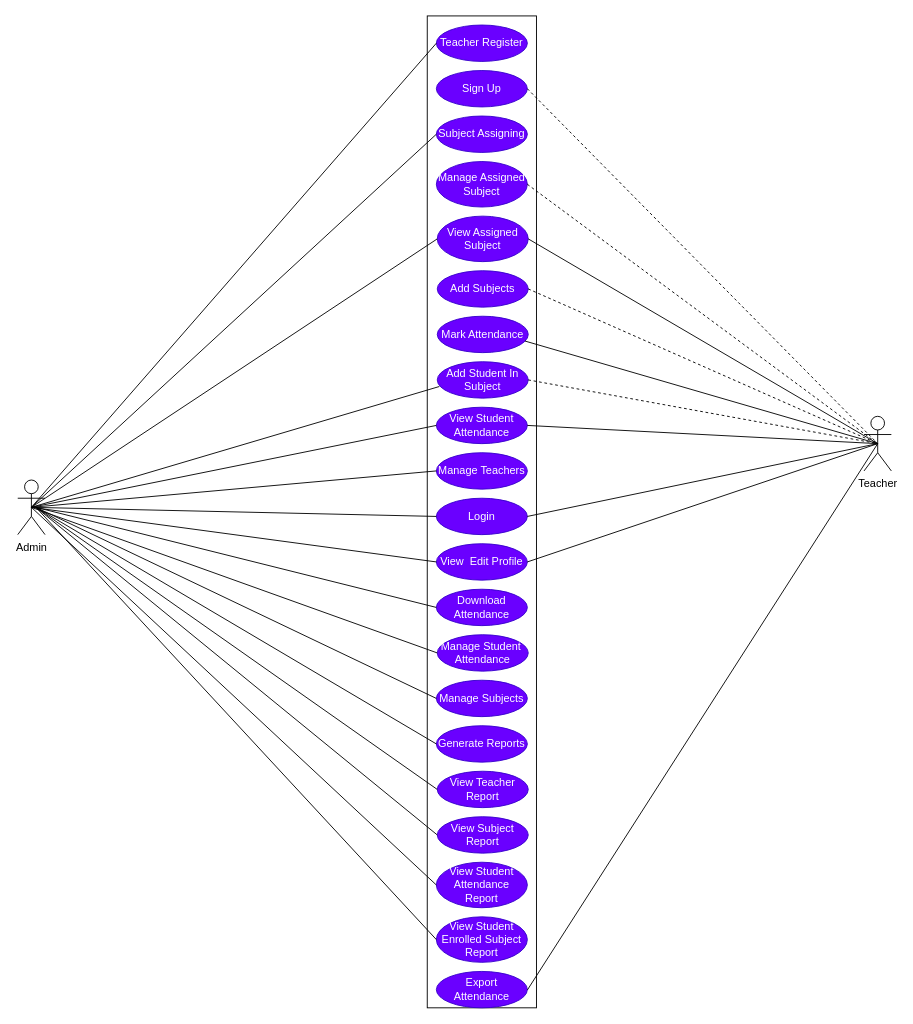
The draw.io diagram final_systen_case.drawio in Muradali-786/fyp-thesis, before the edit. Source tidied: cells renumbered, new cells numbered last; positions are measured from the earlier drawing's top-left corner, leaving out a move shared by most shapes. Both pictures are drawn from the tidied source at 91%, with x=0, y=0 at pixel (17, 15).
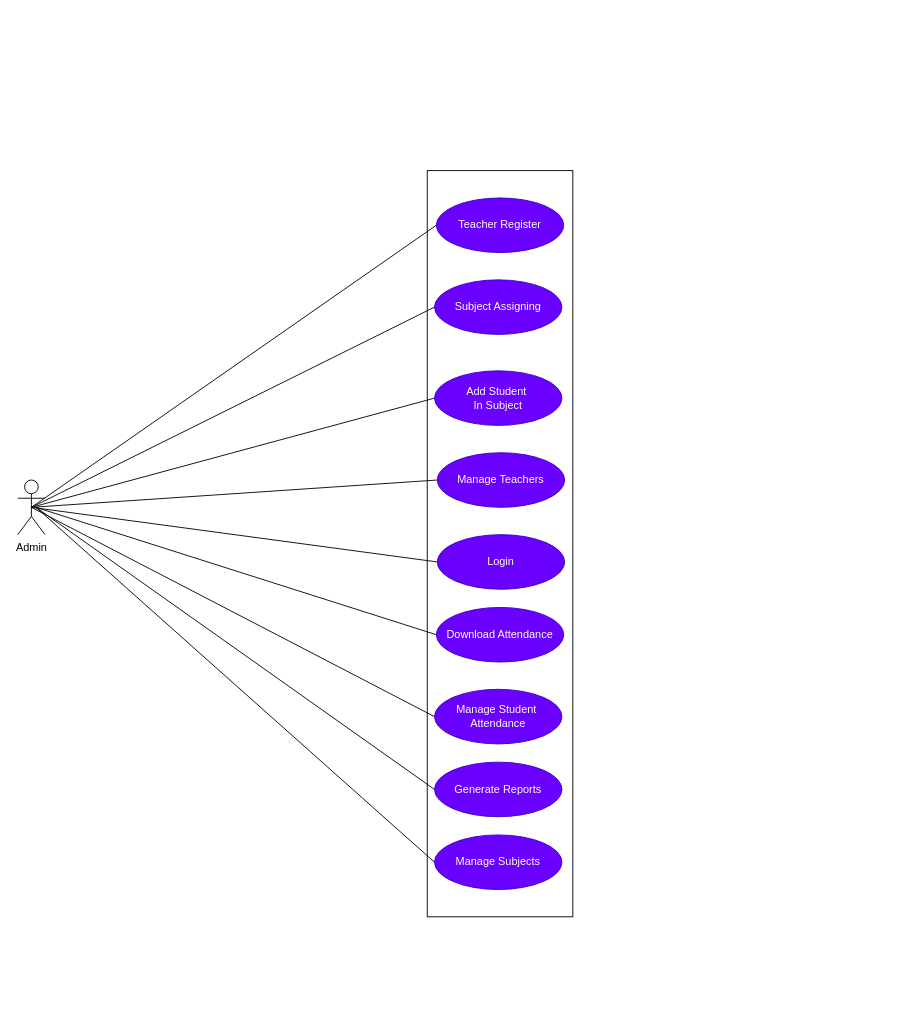
The same diagram, later.

Commit message (it also covers changes not shown here):
refactor erd and dia

Unchanged cells that the change refers to:
```xml
<mxCell id="17" value="Admin" style="shape=umlActor;verticalLabelPosition=bottom;verticalAlign=top;html=1;outlineConnect=0;" parent="1" vertex="1">
  <mxGeometry y="510" width="30" height="60" as="geometry" />
</mxCell>
```

What changed in the source:
```diff
@@
     <mxCell id="2" style="rounded=0;whiteSpace=wrap;html=1;" parent="1" vertex="1">
-      <mxGeometry x="450" width="120" height="1090" as="geometry" />
+      <mxGeometry x="450" y="170" width="160" height="820" as="geometry" />
     </mxCell>
     <mxCell id="3" value="Teacher Register" style="ellipse;whiteSpace=wrap;html=1;align=center;newEdgeStyle={&quot;edgeStyle&quot;:&quot;entityRelationEdgeStyle&quot;,&quot;startArrow&quot;:&quot;none&quot;,&quot;endArrow&quot;:&quot;none&quot;,&quot;segment&quot;:10,&quot;curved&quot;:1,&quot;sourcePerimeterSpacing&quot;:0,&quot;targetPerimeterSpacing&quot;:0};fillColor=#6a00ff;fontColor=#ffffff;strokeColor=#3700CC;" parent="1" vertex="1">
-      <mxGeometry x="460" y="10" width="100" height="40" as="geometry" />
+      <mxGeometry x="460" y="200" width="140" height="60" as="geometry" />
     </mxCell>
-    <mxCell id="4" value="Subject Assigning" style="ellipse;whiteSpace=wrap;html=1;align=center;newEdgeStyle={&quot;edgeStyle&quot;:&quot;entityRelationEdgeStyle&quot;,&quot;startArrow&quot;:&quot;none&quot;,&quot;endArrow&quot;:&quot;none&quot;,&quot;segment&quot;:10,&quot;curved&quot;:1,&quot;sourcePerimeterSpacing&quot;:0,&quot;targetPerimeterSpacing&quot;:0};fillColor=#6a00ff;fontColor=#ffffff;strokeColor=#3700CC;" parent="1" vertex="1">
-      <mxGeometry x="460" y="110" width="100" height="40" as="geometry" />
-    </mxCell>
-    <mxCell id="5" value="Add Student In Subject" style="ellipse;whiteSpace=wrap;html=1;align=center;newEdgeStyle={&quot;edgeStyle&quot;:&quot;entityRelationEdgeStyle&quot;,&quot;startArrow&quot;:&quot;none&quot;,&quot;endArrow&quot;:&quot;none&quot;,&quot;segment&quot;:10,&quot;curved&quot;:1,&quot;sourcePerimeterSpacing&quot;:0,&quot;targetPerimeterSpacing&quot;:0};fillColor=#6a00ff;fontColor=#ffffff;strokeColor=#3700CC;" parent="1" vertex="1">
-      <mxGeometry x="461" y="380" width="100" height="40" as="geometry" />
-    </mxCell>
-    <mxCell id="6" value="View Student Attendance" style="ellipse;whiteSpace=wrap;html=1;align=center;newEdgeStyle={&quot;edgeStyle&quot;:&quot;entityRelationEdgeStyle&quot;,&quot;startArrow&quot;:&quot;none&quot;,&quot;endArrow&quot;:&quot;none&quot;,&quot;segment&quot;:10,&quot;curved&quot;:1,&quot;sourcePerimeterSpacing&quot;:0,&quot;targetPerimeterSpacing&quot;:0};fillColor=#6a00ff;fontColor=#ffffff;strokeColor=#3700CC;" parent="1" vertex="1">
-      <mxGeometry x="460" y="430" width="100" height="40" as="geometry" />
-    </mxCell>
-    <mxCell id="7" value="Manage Teachers" style="ellipse;whiteSpace=wrap;html=1;align=center;newEdgeStyle={&quot;edgeStyle&quot;:&quot;entityRelationEdgeStyle&quot;,&quot;startArrow&quot;:&quot;none&quot;,&quot;endArrow&quot;:&quot;none&quot;,&quot;segment&quot;:10,&quot;curved&quot;:1,&quot;sourcePerimeterSpacing&quot;:0,&quot;targetPerimeterSpacing&quot;:0};fillColor=#6a00ff;fontColor=#ffffff;strokeColor=#3700CC;" parent="1" vertex="1">
-      <mxGeometry x="460" y="480" width="100" height="40" as="geometry" />
-    </mxCell>
-    <mxCell id="8" value="Login" style="ellipse;whiteSpace=wrap;html=1;align=center;newEdgeStyle={&quot;edgeStyle&quot;:&quot;entityRelationEdgeStyle&quot;,&quot;startArrow&quot;:&quot;none&quot;,&quot;endArrow&quot;:&quot;none&quot;,&quot;segment&quot;:10,&quot;curved&quot;:1,&quot;sourcePerimeterSpacing&quot;:0,&quot;targetPerimeterSpacing&quot;:0};fillColor=#6a00ff;fontColor=#ffffff;strokeColor=#3700CC;" parent="1" vertex="1">
-      <mxGeometry x="460" y="530" width="100" height="40" as="geometry" />
-    </mxCell>
-    <mxCell id="9" value="View&amp;nbsp; Edit Profile" style="ellipse;whiteSpace=wrap;html=1;align=center;newEdgeStyle={&quot;edgeStyle&quot;:&quot;entityRelationEdgeStyle&quot;,&quot;startArrow&quot;:&quot;none&quot;,&quot;endArrow&quot;:&quot;none&quot;,&quot;segment&quot;:10,&quot;curved&quot;:1,&quot;sourcePerimeterSpacing&quot;:0,&quot;targetPerimeterSpacing&quot;:0};fillColor=#6a00ff;fontColor=#ffffff;strokeColor=#3700CC;" parent="1" vertex="1">
-      <mxGeometry x="460" y="580" width="100" height="40" as="geometry" />
-    </mxCell>
-    <mxCell id="10" value="Manage Student&amp;nbsp; Attendance" style="ellipse;whiteSpace=wrap;html=1;align=center;newEdgeStyle={&quot;edgeStyle&quot;:&quot;entityRelationEdgeStyle&quot;,&quot;startArrow&quot;:&quot;none&quot;,&quot;endArrow&quot;:&quot;none&quot;,&quot;segment&quot;:10,&quot;curved&quot;:1,&quot;sourcePerimeterSpacing&quot;:0,&quot;targetPerimeterSpacing&quot;:0};fillColor=#6a00ff;fontColor=#ffffff;strokeColor=#3700CC;" parent="1" vertex="1">
-      <mxGeometry x="461" y="680" width="100" height="40" as="geometry" />
-    </mxCell>
-    <mxCell id="11" value="Manage Subjects" style="ellipse;whiteSpace=wrap;html=1;align=center;newEdgeStyle={&quot;edgeStyle&quot;:&quot;entityRelationEdgeStyle&quot;,&quot;startArrow&quot;:&quot;none&quot;,&quot;endArrow&quot;:&quot;none&quot;,&quot;segment&quot;:10,&quot;curved&quot;:1,&quot;sourcePerimeterSpacing&quot;:0,&quot;targetPerimeterSpacing&quot;:0};fillColor=#6a00ff;fontColor=#ffffff;strokeColor=#3700CC;" parent="1" vertex="1">
-      <mxGeometry x="460" y="730" width="100" height="40" as="geometry" />
-    </mxCell>
-    <mxCell id="12" value="Generate Reports" style="ellipse;whiteSpace=wrap;html=1;align=center;newEdgeStyle={&quot;edgeStyle&quot;:&quot;entityRelationEdgeStyle&quot;,&quot;startArrow&quot;:&quot;none&quot;,&quot;endArrow&quot;:&quot;none&quot;,&quot;segment&quot;:10,&quot;curved&quot;:1,&quot;sourcePerimeterSpacing&quot;:0,&quot;targetPerimeterSpacing&quot;:0};fillColor=#6a00ff;fontColor=#ffffff;strokeColor=#3700CC;" parent="1" vertex="1">
-      <mxGeometry x="460" y="780" width="100" height="40" as="geometry" />
-    </mxCell>
-    <mxCell id="13" value="View Teacher Report" style="ellipse;whiteSpace=wrap;html=1;align=center;newEdgeStyle={&quot;edgeStyle&quot;:&quot;entityRelationEdgeStyle&quot;,&quot;startArrow&quot;:&quot;none&quot;,&quot;endArrow&quot;:&quot;none&quot;,&quot;segment&quot;:10,&quot;curved&quot;:1,&quot;sourcePerimeterSpacing&quot;:0,&quot;targetPerimeterSpacing&quot;:0};fillColor=#6a00ff;fontColor=#ffffff;strokeColor=#3700CC;" parent="1" vertex="1">
-      <mxGeometry x="461" y="830" width="100" height="40" as="geometry" />
-    </mxCell>
-    <mxCell id="14" value="View Subject Report" style="ellipse;whiteSpace=wrap;html=1;align=center;newEdgeStyle={&quot;edgeStyle&quot;:&quot;entityRelationEdgeStyle&quot;,&quot;startArrow&quot;:&quot;none&quot;,&quot;endArrow&quot;:&quot;none&quot;,&quot;segment&quot;:10,&quot;curved&quot;:1,&quot;sourcePerimeterSpacing&quot;:0,&quot;targetPerimeterSpacing&quot;:0};fillColor=#6a00ff;fontColor=#ffffff;strokeColor=#3700CC;" parent="1" vertex="1">
-      <mxGeometry x="461" y="880" width="100" height="40" as="geometry" />
-    </mxCell>
-    <mxCell id="15" value="View Student Attendance Report" style="ellipse;whiteSpace=wrap;html=1;align=center;newEdgeStyle={&quot;edgeStyle&quot;:&quot;entityRelationEdgeStyle&quot;,&quot;startArrow&quot;:&quot;none&quot;,&quot;endArrow&quot;:&quot;none&quot;,&quot;segment&quot;:10,&quot;curved&quot;:1,&quot;sourcePerimeterSpacing&quot;:0,&quot;targetPerimeterSpacing&quot;:0};fillColor=#6a00ff;fontColor=#ffffff;strokeColor=#3700CC;" parent="1" vertex="1">
-      <mxGeometry x="460" y="930" width="100" height="50" as="geometry" />
-    </mxCell>
-    <mxCell id="16" value="View Student Enrolled Subject Report" style="ellipse;whiteSpace=wrap;html=1;align=center;newEdgeStyle={&quot;edgeStyle&quot;:&quot;entityRelationEdgeStyle&quot;,&quot;startArrow&quot;:&quot;none&quot;,&quot;endArrow&quot;:&quot;none&quot;,&quot;segment&quot;:10,&quot;curved&quot;:1,&quot;sourcePerimeterSpacing&quot;:0,&quot;targetPerimeterSpacing&quot;:0};fillColor=#6a00ff;fontColor=#ffffff;strokeColor=#3700CC;" parent="1" vertex="1">
-      <mxGeometry x="460" y="990" width="100" height="50" as="geometry" />
-    </mxCell>
@@
-    <mxCell id="20" style="endArrow=none;html=1;rounded=0;entryX=0.023;entryY=0.681;entryDx=0;entryDy=0;entryPerimeter=0;" parent="1" edge="1" target="5">
+    <mxCell id="20" style="endArrow=none;html=1;rounded=0;entryX=0;entryY=0.5;entryDx=0;entryDy=0;" parent="1" edge="1" target="5">
       <mxGeometry relative="1" as="geometry">
         <mxPoint x="15" y="540" as="sourcePoint" />
       </mxGeometry>
     </mxCell>
-    <mxCell id="21" style="endArrow=none;html=1;rounded=0;entryX=0;entryY=0.5;entryDx=0;entryDy=0;exitX=0.5;exitY=0.5;exitDx=0;exitDy=0;exitPerimeter=0;" parent="1" edge="1" source="17" target="6">
-      <mxGeometry relative="1" as="geometry" />
-    </mxCell>
@@
-    <mxCell id="23" value="Download Attendance" style="ellipse;whiteSpace=wrap;html=1;align=center;newEdgeStyle={&quot;edgeStyle&quot;:&quot;entityRelationEdgeStyle&quot;,&quot;startArrow&quot;:&quot;none&quot;,&quot;endArrow&quot;:&quot;none&quot;,&quot;segment&quot;:10,&quot;curved&quot;:1,&quot;sourcePerimeterSpacing&quot;:0,&quot;targetPerimeterSpacing&quot;:0};fillColor=#6a00ff;fontColor=#ffffff;strokeColor=#3700CC;" parent="1" vertex="1">
-      <mxGeometry x="460" y="630" width="100" height="40" as="geometry" />
-    </mxCell>
@@
-    <mxCell id="25" style="endArrow=none;html=1;rounded=0;entryX=0;entryY=0.5;entryDx=0;entryDy=0;exitX=0.5;exitY=0.5;exitDx=0;exitDy=0;exitPerimeter=0;" parent="1" edge="1" source="17" target="9">
-      <mxGeometry relative="1" as="geometry" />
-    </mxCell>
@@
-    <mxCell id="29" style="endArrow=none;html=1;rounded=0;entryX=0;entryY=0.5;entryDx=0;entryDy=0;" parent="1" edge="1" target="13">
-      <mxGeometry relative="1" as="geometry">
-        <mxPoint x="20" y="540" as="sourcePoint" />
-      </mxGeometry>
-    </mxCell>
-    <mxCell id="30" style="endArrow=none;html=1;rounded=0;entryX=0;entryY=0.5;entryDx=0;entryDy=0;" parent="1" edge="1" target="14">
-      <mxGeometry relative="1" as="geometry">
-        <mxPoint x="20" y="540" as="sourcePoint" />
-      </mxGeometry>
-    </mxCell>
-    <mxCell id="31" style="endArrow=none;html=1;rounded=0;entryX=0;entryY=0.5;entryDx=0;entryDy=0;exitX=0.5;exitY=0.5;exitDx=0;exitDy=0;exitPerimeter=0;" parent="1" edge="1" source="17" target="15">
-      <mxGeometry relative="1" as="geometry" />
-    </mxCell>
-    <mxCell id="32" style="endArrow=none;html=1;rounded=0;entryX=0;entryY=0.5;entryDx=0;entryDy=0;" parent="1" edge="1" target="16">
-      <mxGeometry relative="1" as="geometry">
-        <mxPoint x="20" y="540" as="sourcePoint" />
-      </mxGeometry>
-    </mxCell>
@@
-    <mxCell id="34" value="Sign Up" style="ellipse;whiteSpace=wrap;html=1;align=center;newEdgeStyle={&quot;edgeStyle&quot;:&quot;entityRelationEdgeStyle&quot;,&quot;startArrow&quot;:&quot;none&quot;,&quot;endArrow&quot;:&quot;none&quot;,&quot;segment&quot;:10,&quot;curved&quot;:1,&quot;sourcePerimeterSpacing&quot;:0,&quot;targetPerimeterSpacing&quot;:0};fillColor=#6a00ff;fontColor=#ffffff;strokeColor=#3700CC;" parent="1" vertex="1">
-      <mxGeometry x="460" y="60" width="100" height="40" as="geometry" />
-    </mxCell>
-    <mxCell id="35" value="Add Subjects" style="ellipse;whiteSpace=wrap;html=1;align=center;newEdgeStyle={&quot;edgeStyle&quot;:&quot;entityRelationEdgeStyle&quot;,&quot;startArrow&quot;:&quot;none&quot;,&quot;endArrow&quot;:&quot;none&quot;,&quot;segment&quot;:10,&quot;curved&quot;:1,&quot;sourcePerimeterSpacing&quot;:0,&quot;targetPerimeterSpacing&quot;:0};fillColor=#6a00ff;fontColor=#ffffff;strokeColor=#3700CC;" parent="1" vertex="1">
-      <mxGeometry x="461" y="280" width="100" height="40" as="geometry" />
-    </mxCell>
-    <mxCell id="36" value="Mark Attendance" style="ellipse;whiteSpace=wrap;html=1;align=center;newEdgeStyle={&quot;edgeStyle&quot;:&quot;entityRelationEdgeStyle&quot;,&quot;startArrow&quot;:&quot;none&quot;,&quot;endArrow&quot;:&quot;none&quot;,&quot;segment&quot;:10,&quot;curved&quot;:1,&quot;sourcePerimeterSpacing&quot;:0,&quot;targetPerimeterSpacing&quot;:0};fillColor=#6a00ff;fontColor=#ffffff;strokeColor=#3700CC;" parent="1" vertex="1">
-      <mxGeometry x="461" y="330" width="100" height="40" as="geometry" />
-    </mxCell>
-    <mxCell id="37" value="Export Attendance" style="ellipse;whiteSpace=wrap;html=1;align=center;newEdgeStyle={&quot;edgeStyle&quot;:&quot;entityRelationEdgeStyle&quot;,&quot;startArrow&quot;:&quot;none&quot;,&quot;endArrow&quot;:&quot;none&quot;,&quot;segment&quot;:10,&quot;curved&quot;:1,&quot;sourcePerimeterSpacing&quot;:0,&quot;targetPerimeterSpacing&quot;:0};fillColor=#6a00ff;fontColor=#ffffff;strokeColor=#3700CC;" parent="1" vertex="1">
-      <mxGeometry x="460" y="1050" width="100" height="40" as="geometry" />
-    </mxCell>
-    <mxCell id="38" value="Manage Assigned Subject" style="ellipse;whiteSpace=wrap;html=1;align=center;newEdgeStyle={&quot;edgeStyle&quot;:&quot;entityRelationEdgeStyle&quot;,&quot;startArrow&quot;:&quot;none&quot;,&quot;endArrow&quot;:&quot;none&quot;,&quot;segment&quot;:10,&quot;curved&quot;:1,&quot;sourcePerimeterSpacing&quot;:0,&quot;targetPerimeterSpacing&quot;:0};fillColor=#6a00ff;fontColor=#ffffff;strokeColor=#3700CC;" parent="1" vertex="1">
-      <mxGeometry x="460" y="160" width="100" height="50" as="geometry" />
-    </mxCell>
-    <mxCell id="39" value="View Assigned Subject" style="ellipse;whiteSpace=wrap;html=1;align=center;newEdgeStyle={&quot;edgeStyle&quot;:&quot;entityRelationEdgeStyle&quot;,&quot;startArrow&quot;:&quot;none&quot;,&quot;endArrow&quot;:&quot;none&quot;,&quot;segment&quot;:10,&quot;curved&quot;:1,&quot;sourcePerimeterSpacing&quot;:0,&quot;targetPerimeterSpacing&quot;:0};fillColor=#6a00ff;fontColor=#ffffff;strokeColor=#3700CC;" parent="1" vertex="1">
-      <mxGeometry x="461" y="220" width="100" height="50" as="geometry" />
-    </mxCell>
-    <mxCell id="40" value="Teacher" style="shape=umlActor;verticalLabelPosition=bottom;verticalAlign=top;html=1;outlineConnect=0;" parent="1" vertex="1">
-      <mxGeometry x="930" y="440" width="30" height="60" as="geometry" />
-    </mxCell>
-    <mxCell id="41" style="endArrow=none;html=1;rounded=0;exitX=1;exitY=0.5;exitDx=0;exitDy=0;entryX=0.5;entryY=0.5;entryDx=0;entryDy=0;entryPerimeter=0;" parent="1" edge="1" source="39" target="40">
-      <mxGeometry relative="1" as="geometry" />
-    </mxCell>
-    <mxCell id="42" style="endArrow=none;html=1;rounded=0;exitX=0.963;exitY=0.681;exitDx=0;exitDy=0;exitPerimeter=0;entryX=0.5;entryY=0.5;entryDx=0;entryDy=0;entryPerimeter=0;" parent="1" edge="1" source="36" target="40">
-      <mxGeometry relative="1" as="geometry" />
-    </mxCell>
-    <mxCell id="43" style="endArrow=none;html=1;rounded=0;exitX=1;exitY=0.5;exitDx=0;exitDy=0;entryX=0.5;entryY=0.5;entryDx=0;entryDy=0;entryPerimeter=0;" parent="1" edge="1" source="6" target="40">
-      <mxGeometry relative="1" as="geometry" />
-    </mxCell>
-    <mxCell id="44" style="endArrow=none;html=1;rounded=0;exitX=1;exitY=0.5;exitDx=0;exitDy=0;entryX=0.5;entryY=0.5;entryDx=0;entryDy=0;entryPerimeter=0;" parent="1" edge="1" source="8" target="40">
-      <mxGeometry relative="1" as="geometry" />
-    </mxCell>
-    <mxCell id="45" style="endArrow=none;html=1;rounded=0;exitX=1;exitY=0.5;exitDx=0;exitDy=0;entryX=0.5;entryY=0.5;entryDx=0;entryDy=0;entryPerimeter=0;" parent="1" edge="1" source="9" target="40">
-      <mxGeometry relative="1" as="geometry" />
-    </mxCell>
-    <mxCell id="46" style="endArrow=none;dashed=1;html=1;rounded=0;exitX=1;exitY=0.5;exitDx=0;exitDy=0;entryX=0.5;entryY=0.5;entryDx=0;entryDy=0;entryPerimeter=0;" parent="1" edge="1" source="35" target="40">
-      <mxGeometry relative="1" as="geometry" />
-    </mxCell>
-    <mxCell id="47" style="endArrow=none;dashed=1;html=1;rounded=0;exitX=1;exitY=0.5;exitDx=0;exitDy=0;entryX=0.5;entryY=0.5;entryDx=0;entryDy=0;entryPerimeter=0;" parent="1" edge="1" source="34" target="40">
-      <mxGeometry relative="1" as="geometry" />
-    </mxCell>
-    <mxCell id="48" style="endArrow=none;dashed=1;html=1;rounded=0;exitX=1;exitY=0.5;exitDx=0;exitDy=0;entryX=0.5;entryY=0.5;entryDx=0;entryDy=0;entryPerimeter=0;" parent="1" edge="1" source="38" target="40">
-      <mxGeometry relative="1" as="geometry" />
-    </mxCell>
-    <mxCell id="49" style="endArrow=none;dashed=1;html=1;rounded=0;exitX=1;exitY=0.5;exitDx=0;exitDy=0;entryX=0.5;entryY=0.5;entryDx=0;entryDy=0;entryPerimeter=0;" parent="1" edge="1" source="5" target="40">
-      <mxGeometry relative="1" as="geometry" />
-    </mxCell>
-    <mxCell id="50" style="endArrow=none;html=1;rounded=0;exitX=0.917;exitY=0.982;exitDx=0;exitDy=0;exitPerimeter=0;entryX=0.5;entryY=0.5;entryDx=0;entryDy=0;entryPerimeter=0;" parent="1" edge="1" source="2" target="40">
-      <mxGeometry relative="1" as="geometry" />
-    </mxCell>
-    <mxCell id="51" style="endArrow=none;html=1;rounded=0;entryX=0;entryY=0.5;entryDx=0;entryDy=0;exitX=0.5;exitY=0.5;exitDx=0;exitDy=0;exitPerimeter=0;" parent="1" edge="1" source="17" target="39">
-      <mxGeometry relative="1" as="geometry" />
-    </mxCell>
+    <mxCell id="4" value="Subject Assigning" style="ellipse;whiteSpace=wrap;html=1;align=center;newEdgeStyle={&quot;edgeStyle&quot;:&quot;entityRelationEdgeStyle&quot;,&quot;startArrow&quot;:&quot;none&quot;,&quot;endArrow&quot;:&quot;none&quot;,&quot;segment&quot;:10,&quot;curved&quot;:1,&quot;sourcePerimeterSpacing&quot;:0,&quot;targetPerimeterSpacing&quot;:0};fillColor=#6a00ff;fontColor=#ffffff;strokeColor=#3700CC;" parent="1" vertex="1">
+      <mxGeometry x="458" y="290" width="140" height="60" as="geometry" />
+    </mxCell>
+    <mxCell id="5" value="Add Student&amp;nbsp;&lt;div&gt;In Subject&lt;/div&gt;" style="ellipse;whiteSpace=wrap;html=1;align=center;newEdgeStyle={&quot;edgeStyle&quot;:&quot;entityRelationEdgeStyle&quot;,&quot;startArrow&quot;:&quot;none&quot;,&quot;endArrow&quot;:&quot;none&quot;,&quot;segment&quot;:10,&quot;curved&quot;:1,&quot;sourcePerimeterSpacing&quot;:0,&quot;targetPerimeterSpacing&quot;:0};fillColor=#6a00ff;fontColor=#ffffff;strokeColor=#3700CC;" parent="1" vertex="1">
+      <mxGeometry x="458" y="390" width="140" height="60" as="geometry" />
+    </mxCell>
+    <mxCell id="7" value="Manage Teachers" style="ellipse;whiteSpace=wrap;html=1;align=center;newEdgeStyle={&quot;edgeStyle&quot;:&quot;entityRelationEdgeStyle&quot;,&quot;startArrow&quot;:&quot;none&quot;,&quot;endArrow&quot;:&quot;none&quot;,&quot;segment&quot;:10,&quot;curved&quot;:1,&quot;sourcePerimeterSpacing&quot;:0,&quot;targetPerimeterSpacing&quot;:0};fillColor=#6a00ff;fontColor=#ffffff;strokeColor=#3700CC;" parent="1" vertex="1">
+      <mxGeometry x="461" y="480" width="140" height="60" as="geometry" />
+    </mxCell>
+    <mxCell id="8" value="Login" style="ellipse;whiteSpace=wrap;html=1;align=center;newEdgeStyle={&quot;edgeStyle&quot;:&quot;entityRelationEdgeStyle&quot;,&quot;startArrow&quot;:&quot;none&quot;,&quot;endArrow&quot;:&quot;none&quot;,&quot;segment&quot;:10,&quot;curved&quot;:1,&quot;sourcePerimeterSpacing&quot;:0,&quot;targetPerimeterSpacing&quot;:0};fillColor=#6a00ff;fontColor=#ffffff;strokeColor=#3700CC;" parent="1" vertex="1">
+      <mxGeometry x="461" y="570" width="140" height="60" as="geometry" />
+    </mxCell>
+    <mxCell id="23" value="Download Attendance" style="ellipse;whiteSpace=wrap;html=1;align=center;newEdgeStyle={&quot;edgeStyle&quot;:&quot;entityRelationEdgeStyle&quot;,&quot;startArrow&quot;:&quot;none&quot;,&quot;endArrow&quot;:&quot;none&quot;,&quot;segment&quot;:10,&quot;curved&quot;:1,&quot;sourcePerimeterSpacing&quot;:0,&quot;targetPerimeterSpacing&quot;:0};fillColor=#6a00ff;fontColor=#ffffff;strokeColor=#3700CC;" parent="1" vertex="1">
+      <mxGeometry x="460" y="650" width="140" height="60" as="geometry" />
+    </mxCell>
+    <mxCell id="10" value="Manage Student&amp;nbsp; Attendance" style="ellipse;whiteSpace=wrap;html=1;align=center;newEdgeStyle={&quot;edgeStyle&quot;:&quot;entityRelationEdgeStyle&quot;,&quot;startArrow&quot;:&quot;none&quot;,&quot;endArrow&quot;:&quot;none&quot;,&quot;segment&quot;:10,&quot;curved&quot;:1,&quot;sourcePerimeterSpacing&quot;:0,&quot;targetPerimeterSpacing&quot;:0};fillColor=#6a00ff;fontColor=#ffffff;strokeColor=#3700CC;" parent="1" vertex="1">
+      <mxGeometry x="458" y="740" width="140" height="60" as="geometry" />
+    </mxCell>
+    <mxCell id="12" value="Generate Reports" style="ellipse;whiteSpace=wrap;html=1;align=center;newEdgeStyle={&quot;edgeStyle&quot;:&quot;entityRelationEdgeStyle&quot;,&quot;startArrow&quot;:&quot;none&quot;,&quot;endArrow&quot;:&quot;none&quot;,&quot;segment&quot;:10,&quot;curved&quot;:1,&quot;sourcePerimeterSpacing&quot;:0,&quot;targetPerimeterSpacing&quot;:0};fillColor=#6a00ff;fontColor=#ffffff;strokeColor=#3700CC;" parent="1" vertex="1">
+      <mxGeometry x="458" y="820" width="140" height="60" as="geometry" />
+    </mxCell>
+    <mxCell id="11" value="Manage Subjects" style="ellipse;whiteSpace=wrap;html=1;align=center;newEdgeStyle={&quot;edgeStyle&quot;:&quot;entityRelationEdgeStyle&quot;,&quot;startArrow&quot;:&quot;none&quot;,&quot;endArrow&quot;:&quot;none&quot;,&quot;segment&quot;:10,&quot;curved&quot;:1,&quot;sourcePerimeterSpacing&quot;:0,&quot;targetPerimeterSpacing&quot;:0};fillColor=#6a00ff;fontColor=#ffffff;strokeColor=#3700CC;" parent="1" vertex="1">
+      <mxGeometry x="458" y="900" width="140" height="60" as="geometry" />
+    </mxCell>
```
